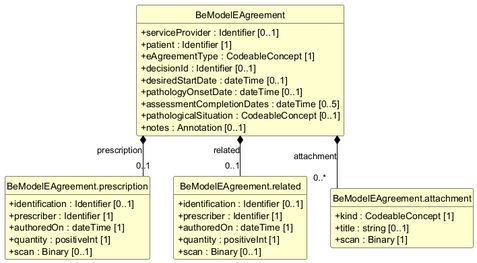
This is exports/diagrams/BeModelEAgreement-uml.png from caresets/caresets-src, a PlantUML export, as it was before one commit. Its diagram source:
```plantuml
@startuml
skinparam shadowing false
skinparam classAttributeIconSize 0
skinparam linetype ortho
skinparam class {
  BackgroundColor #FEFECE
  BorderColor #000000
  ArrowColor #000000
  FontStyle bold
  AttributeFontStyle normal
}
hide circle
hide empty members

class "BeModelEAgreement" as BeModelEAgreement {
  +serviceProvider : Identifier [0..1]
  +patient : Identifier [1]
  +eAgreementType : CodeableConcept [1]
  +decisionId : Identifier [0..1]
  +desiredStartDate : dateTime [0..1]
  +pathologyOnsetDate : dateTime [0..1]
  +assessmentCompletionDates : dateTime [0..5]
  +pathologicalSituation : CodeableConcept [0..1]
  +notes : Annotation [0..1]
}

class "BeModelEAgreement.prescription" as BeModelEAgreement_prescription {
  +identification : Identifier [0..1]
  +prescriber : Identifier [1]
  +authoredOn : dateTime [1]
  +quantity : positiveInt [1]
  +scan : Binary [0..1]
}

class "BeModelEAgreement.related" as BeModelEAgreement_related {
  +identification : Identifier [0..1]
  +prescriber : Identifier [1]
  +authoredOn : dateTime [1]
  +quantity : positiveInt [1]
  +scan : Binary [0..1]
}

class "BeModelEAgreement.attachment" as BeModelEAgreement_attachment {
  +kind : CodeableConcept [1]
  +title : string [0..1]
  +scan : Binary [1]
}

BeModelEAgreement *-- "0..1" BeModelEAgreement_prescription : prescription
BeModelEAgreement *-- "0..1" BeModelEAgreement_related : related
BeModelEAgreement *-- "0..*" BeModelEAgreement_attachment : attachment
@enduml
```
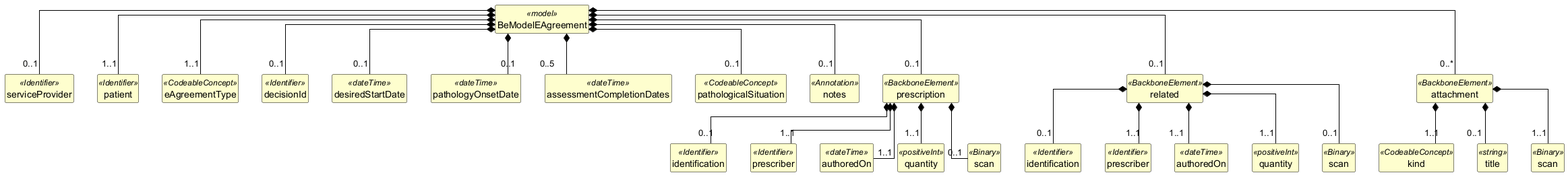
The same diagram one commit later.

Diff of the diagram source:
```diff
@@ -12,41 +12,107 @@
 hide circle
 hide empty members
 
-class "BeModelEAgreement" as BeModelEAgreement {
-  +serviceProvider : Identifier [0..1]
-  +patient : Identifier [1]
-  +eAgreementType : CodeableConcept [1]
-  +decisionId : Identifier [0..1]
-  +desiredStartDate : dateTime [0..1]
-  +pathologyOnsetDate : dateTime [0..1]
-  +assessmentCompletionDates : dateTime [0..5]
-  +pathologicalSituation : CodeableConcept [0..1]
-  +notes : Annotation [0..1]
+class "BeModelEAgreement" as BeModelEAgreement <<model>> {
 }
 
-class "BeModelEAgreement.prescription" as BeModelEAgreement_prescription {
-  +identification : Identifier [0..1]
-  +prescriber : Identifier [1]
-  +authoredOn : dateTime [1]
-  +quantity : positiveInt [1]
-  +scan : Binary [0..1]
+class "serviceProvider" as BeModelEAgreement_serviceProvider <<Identifier>> {
 }
 
-class "BeModelEAgreement.related" as BeModelEAgreement_related {
-  +identification : Identifier [0..1]
-  +prescriber : Identifier [1]
-  +authoredOn : dateTime [1]
-  +quantity : positiveInt [1]
-  +scan : Binary [0..1]
+class "patient" as BeModelEAgreement_patient <<Identifier>> {
 }
 
-class "BeModelEAgreement.attachment" as BeModelEAgreement_attachment {
-  +kind : CodeableConcept [1]
-  +title : string [0..1]
-  +scan : Binary [1]
+class "eAgreementType" as BeModelEAgreement_eAgreementType <<CodeableConcept>> {
 }
 
-BeModelEAgreement *-- "0..1" BeModelEAgreement_prescription : prescription
-BeModelEAgreement *-- "0..1" BeModelEAgreement_related : related
-BeModelEAgreement *-- "0..*" BeModelEAgreement_attachment : attachment
+class "decisionId" as BeModelEAgreement_decisionId <<Identifier>> {
+}
+
+class "desiredStartDate" as BeModelEAgreement_desiredStartDate <<dateTime>> {
+}
+
+class "pathologyOnsetDate" as BeModelEAgreement_pathologyOnsetDate <<dateTime>> {
+}
+
+class "assessmentCompletionDates" as BeModelEAgreement_assessmentCompletionDates <<dateTime>> {
+}
+
+class "pathologicalSituation" as BeModelEAgreement_pathologicalSituation <<CodeableConcept>> {
+}
+
+class "notes" as BeModelEAgreement_notes <<Annotation>> {
+}
+
+class "prescription" as BeModelEAgreement_prescription <<BackboneElement>> {
+}
+
+class "identification" as BeModelEAgreement_prescription_identification <<Identifier>> {
+}
+
+class "prescriber" as BeModelEAgreement_prescription_prescriber <<Identifier>> {
+}
+
+class "authoredOn" as BeModelEAgreement_prescription_authoredOn <<dateTime>> {
+}
+
+class "quantity" as BeModelEAgreement_prescription_quantity <<positiveInt>> {
+}
+
+class "scan" as BeModelEAgreement_prescription_scan <<Binary>> {
+}
+
+class "related" as BeModelEAgreement_related <<BackboneElement>> {
+}
+
+class "identification" as BeModelEAgreement_related_identification <<Identifier>> {
+}
+
+class "prescriber" as BeModelEAgreement_related_prescriber <<Identifier>> {
+}
+
+class "authoredOn" as BeModelEAgreement_related_authoredOn <<dateTime>> {
+}
+
+class "quantity" as BeModelEAgreement_related_quantity <<positiveInt>> {
+}
+
+class "scan" as BeModelEAgreement_related_scan <<Binary>> {
+}
+
+class "attachment" as BeModelEAgreement_attachment <<BackboneElement>> {
+}
+
+class "kind" as BeModelEAgreement_attachment_kind <<CodeableConcept>> {
+}
+
+class "title" as BeModelEAgreement_attachment_title <<string>> {
+}
+
+class "scan" as BeModelEAgreement_attachment_scan <<Binary>> {
+}
+
+BeModelEAgreement *-- "0..1" BeModelEAgreement_serviceProvider
+BeModelEAgreement *-- "1..1" BeModelEAgreement_patient
+BeModelEAgreement *-- "1..1" BeModelEAgreement_eAgreementType
+BeModelEAgreement *-- "0..1" BeModelEAgreement_decisionId
+BeModelEAgreement *-- "0..1" BeModelEAgreement_desiredStartDate
+BeModelEAgreement *-- "0..1" BeModelEAgreement_pathologyOnsetDate
+BeModelEAgreement *-- "0..5" BeModelEAgreement_assessmentCompletionDates
+BeModelEAgreement *-- "0..1" BeModelEAgreement_pathologicalSituation
+BeModelEAgreement *-- "0..1" BeModelEAgreement_notes
+BeModelEAgreement *-- "0..1" BeModelEAgreement_prescription
+BeModelEAgreement_prescription *-- "0..1" BeModelEAgreement_prescription_identification
+BeModelEAgreement_prescription *-- "1..1" BeModelEAgreement_prescription_prescriber
+BeModelEAgreement_prescription *-- "1..1" BeModelEAgreement_prescription_authoredOn
+BeModelEAgreement_prescription *-- "1..1" BeModelEAgreement_prescription_quantity
+BeModelEAgreement_prescription *-- "0..1" BeModelEAgreement_prescription_scan
+BeModelEAgreement *-- "0..1" BeModelEAgreement_related
+BeModelEAgreement_related *-- "0..1" BeModelEAgreement_related_identification
+BeModelEAgreement_related *-- "1..1" BeModelEAgreement_related_prescriber
+BeModelEAgreement_related *-- "1..1" BeModelEAgreement_related_authoredOn
+BeModelEAgreement_related *-- "1..1" BeModelEAgreement_related_quantity
+BeModelEAgreement_related *-- "0..1" BeModelEAgreement_related_scan
+BeModelEAgreement *-- "0..*" BeModelEAgreement_attachment
+BeModelEAgreement_attachment *-- "1..1" BeModelEAgreement_attachment_kind
+BeModelEAgreement_attachment *-- "0..1" BeModelEAgreement_attachment_title
+BeModelEAgreement_attachment *-- "1..1" BeModelEAgreement_attachment_scan
 @enduml
```
